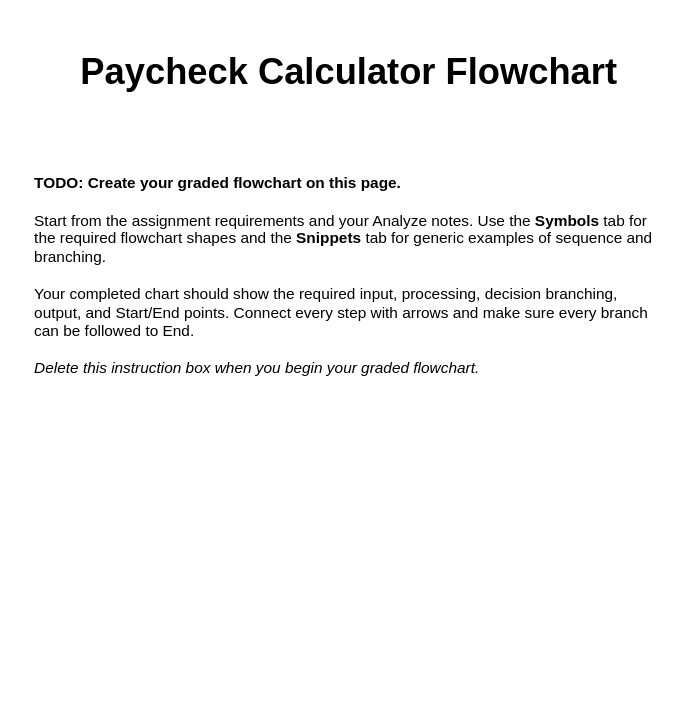
The draw.io diagram page "Paycheck Calculator" (1 of 5) of design/paycheck_calculator.drawio in miaperdue07-gif/It140-m3-assignment, before the edit. Source tidied: cells renumbered, new cells numbered last; positions are measured from the earlier drawing's top-left corner, leaving out a move shared by most shapes. Both pictures are drawn from the tidied source at 110%, with x=0, y=0 at pixel (19, 32).
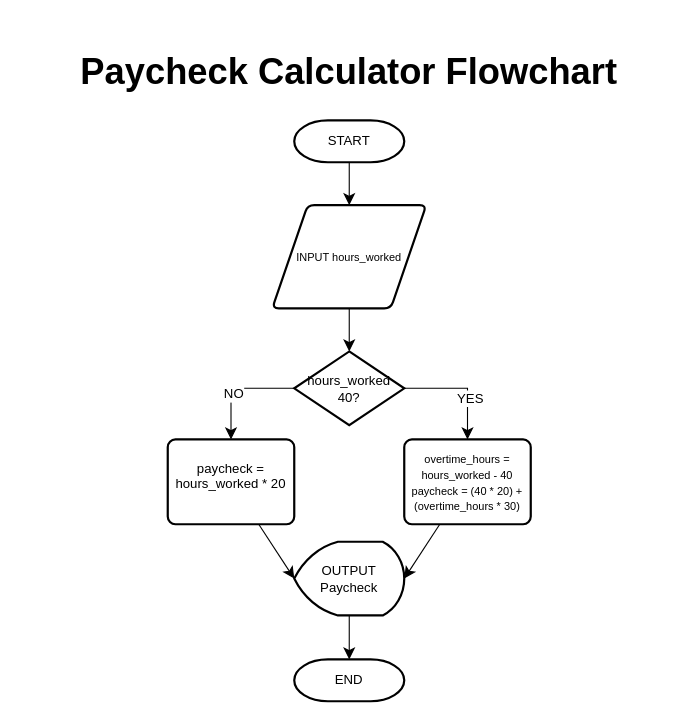
The same page after the edit.

The edit, as a diff of the source:
```diff
@@
-    <mxCell id="3" value="&lt;b&gt;TODO: Create your graded flowchart on this page.&lt;/b&gt;&lt;br&gt;&lt;br&gt;Start from the assignment requirements and your Analyze notes. Use the &lt;b&gt;Symbols&lt;/b&gt; tab for the required flowchart shapes and the &lt;b&gt;Snippets&lt;/b&gt; tab for generic examples of sequence and branching.&lt;br&gt;&lt;br&gt;Your completed chart should show the required input, processing, decision branching, output, and Start/End points. Connect every step with arrows and make sure every branch can be followed to End.&lt;br&gt;&lt;br&gt;&lt;i&gt;Delete this instruction box when you begin your graded flowchart.&lt;/i&gt;" style="text;html=1;align=left;verticalAlign=top;whiteSpace=wrap;rounded=1;strokeWidth=1;spacing=14;fontSize=14;" parent="1" vertex="1">
-      <mxGeometry y="110" width="600" height="330" as="geometry" />
-    </mxCell>
+    <mxCell id="4" style="edgeStyle=none;curved=1;rounded=0;jettySize=auto;html=1;entryX=0.5;entryY=0;entryDx=0;entryDy=0;fontSize=12;startSize=8;endSize=8;" parent="1" edge="1" source="5" target="6">
+      <mxGeometry relative="1" as="geometry" />
+    </mxCell>
+    <mxCell id="5" value="START" style="strokeWidth=2;shape=mxgraph.flowchart.terminator;fontSize=12;whiteSpace=wrap;spacing=2;labelBackgroundColor=none;labelBorderColor=none;fontColor=default;html=1;" parent="1" vertex="1">
+      <mxGeometry x="250" y="80" width="100" height="38" as="geometry" />
+    </mxCell>
+    <mxCell id="6" value="&lt;font style=&quot;font-size: 10px;&quot;&gt;INPUT hours_worked&lt;/font&gt;" style="shape=parallelogram;strokeWidth=2;perimeter=parallelogramPerimeter;rounded=1;arcSize=12;size=0.23;fontSize=12;whiteSpace=wrap;spacing=2;labelBackgroundColor=none;labelBorderColor=none;fontColor=default;html=1;" parent="1" vertex="1">
+      <mxGeometry x="230" y="157" width="140" height="93.8" as="geometry" />
+    </mxCell>
+    <mxCell id="7" value="&lt;div&gt;&lt;font style=&quot;font-size: 10px;&quot;&gt;overtime_hours = hours_worked - 40&lt;/font&gt;&lt;/div&gt;&lt;div&gt;&lt;font style=&quot;font-size: 10px;&quot;&gt;paycheck = (40 * 20) + (overtime_hours * 30)&lt;/font&gt;&lt;/div&gt;" style="rounded=1;absoluteArcSize=1;arcSize=14;strokeWidth=2;fontSize=12;whiteSpace=wrap;spacing=2;labelBackgroundColor=none;labelBorderColor=none;fontColor=default;html=1;" parent="1" vertex="1">
+      <mxGeometry x="350" y="370" width="115" height="77.1" as="geometry" />
+    </mxCell>
+    <mxCell id="8" style="edgeStyle=none;curved=0;rounded=0;jettySize=auto;html=1;entryX=0.5;entryY=0;entryDx=0;entryDy=0;fontSize=12;startSize=8;endSize=8;" parent="1" edge="1" source="12" target="7">
+      <mxGeometry relative="1" as="geometry">
+        <Array as="points">
+          <mxPoint x="407.5" y="323.5" />
+        </Array>
+      </mxGeometry>
+    </mxCell>
+    <mxCell id="9" value="YES" style="edgeLabel;html=1;align=center;verticalAlign=middle;fontSize=12;rotation=0;" parent="8" vertex="1">
+      <mxGeometry x="0.26" y="2" relative="1" as="geometry" />
+    </mxCell>
+    <mxCell id="10" style="edgeStyle=none;curved=0;rounded=0;jettySize=auto;html=1;entryX=0.5;entryY=0;entryDx=0;entryDy=0;fontSize=12;startSize=8;endSize=8;" parent="1" edge="1" source="12" target="14">
+      <mxGeometry relative="1" as="geometry">
+        <Array as="points">
+          <mxPoint x="192.5" y="323.5" />
+        </Array>
+      </mxGeometry>
+    </mxCell>
+    <mxCell id="11" value="NO" style="edgeLabel;html=1;align=center;verticalAlign=middle;fontSize=12;" parent="10" vertex="1">
+      <mxGeometry x="0.19" y="2" relative="1" as="geometry" />
+    </mxCell>
+    <mxCell id="12" value="hours_worked 40?" style="strokeWidth=2;shape=mxgraph.flowchart.decision;fontSize=12;whiteSpace=wrap;spacing=2;labelBackgroundColor=none;labelBorderColor=none;fontColor=default;html=1;" parent="1" vertex="1">
+      <mxGeometry x="250" y="290" width="100" height="67" as="geometry" />
+    </mxCell>
+    <mxCell id="13" style="edgeStyle=none;curved=1;rounded=0;jettySize=auto;html=1;entryX=0.5;entryY=0;entryDx=0;entryDy=0;entryPerimeter=0;fontSize=12;startSize=8;endSize=8;" parent="1" edge="1" source="6" target="12">
+      <mxGeometry relative="1" as="geometry" />
+    </mxCell>
+    <mxCell id="14" value="&lt;p style=&quot;margin: 0px 0px 12px; font-width: normal; line-height: normal; font-size-adjust: none; font-kerning: auto; font-variant-alternates: normal; font-variant-ligatures: normal; font-variant-numeric: normal; font-variant-east-asian: normal; font-variant-position: normal; font-feature-settings: normal; font-optical-sizing: auto; font-variation-settings: normal; -webkit-text-stroke-color: rgb(0, 0, 0);&quot;&gt;&lt;span style=&quot;font-kerning: none;&quot;&gt;paycheck = hours_worked * 20&lt;/span&gt;&lt;/p&gt;" style="rounded=1;absoluteArcSize=1;arcSize=14;strokeWidth=2;fontSize=12;whiteSpace=wrap;spacing=2;labelBackgroundColor=none;labelBorderColor=none;fontColor=default;html=1;" parent="1" vertex="1">
+      <mxGeometry x="135" y="370" width="115" height="77.1" as="geometry" />
+    </mxCell>
+    <mxCell id="15" value="OUTPUT&lt;div&gt;Paycheck&lt;/div&gt;" style="strokeWidth=2;shape=mxgraph.flowchart.display;fontSize=12;whiteSpace=wrap;spacing=2;labelBackgroundColor=none;labelBorderColor=none;fontColor=default;html=1;" parent="1" vertex="1">
+      <mxGeometry x="250" y="463" width="100" height="67" as="geometry" />
+    </mxCell>
+    <mxCell id="16" style="edgeStyle=none;curved=1;rounded=0;jettySize=auto;html=1;entryX=0;entryY=0.5;entryDx=0;entryDy=0;entryPerimeter=0;fontSize=12;startSize=8;endSize=8;" parent="1" edge="1" source="14" target="15">
+      <mxGeometry relative="1" as="geometry" />
+    </mxCell>
+    <mxCell id="17" style="edgeStyle=none;curved=1;rounded=0;jettySize=auto;html=1;entryX=1;entryY=0.5;entryDx=0;entryDy=0;entryPerimeter=0;fontSize=12;startSize=8;endSize=8;" parent="1" edge="1" source="7" target="15">
+      <mxGeometry relative="1" as="geometry" />
+    </mxCell>
+    <mxCell id="18" value="END" style="strokeWidth=2;shape=mxgraph.flowchart.terminator;fontSize=12;whiteSpace=wrap;spacing=2;labelBackgroundColor=none;labelBorderColor=none;fontColor=default;html=1;" parent="1" vertex="1">
+      <mxGeometry x="250" y="570" width="100" height="38" as="geometry" />
+    </mxCell>
+    <mxCell id="19" style="edgeStyle=none;curved=1;rounded=0;jettySize=auto;html=1;entryX=0.5;entryY=0;entryDx=0;entryDy=0;entryPerimeter=0;fontSize=12;startSize=8;endSize=8;" parent="1" edge="1" source="15" target="18">
+      <mxGeometry relative="1" as="geometry" />
+    </mxCell>
```
